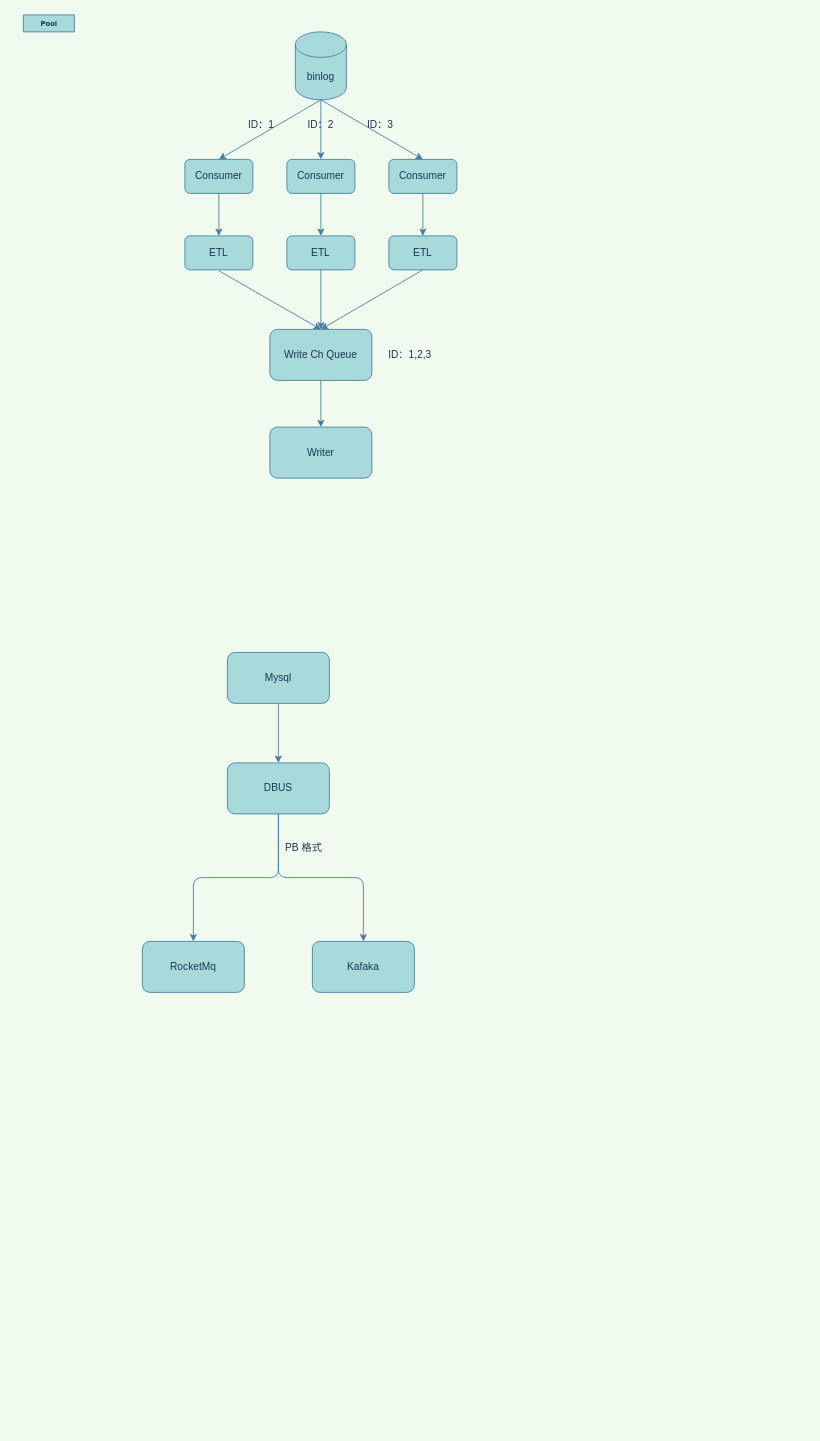
The draw.io diagram real_time_etl.drawio in cicelprg/drawio, before the edit. Source tidied: cells renumbered, new cells numbered last; positions are measured from the earlier drawing's top-left corner, leaving out a move shared by most shapes. Both pictures are drawn from the tidied source at 85%, with x=0, y=0 at pixel (23, 14).
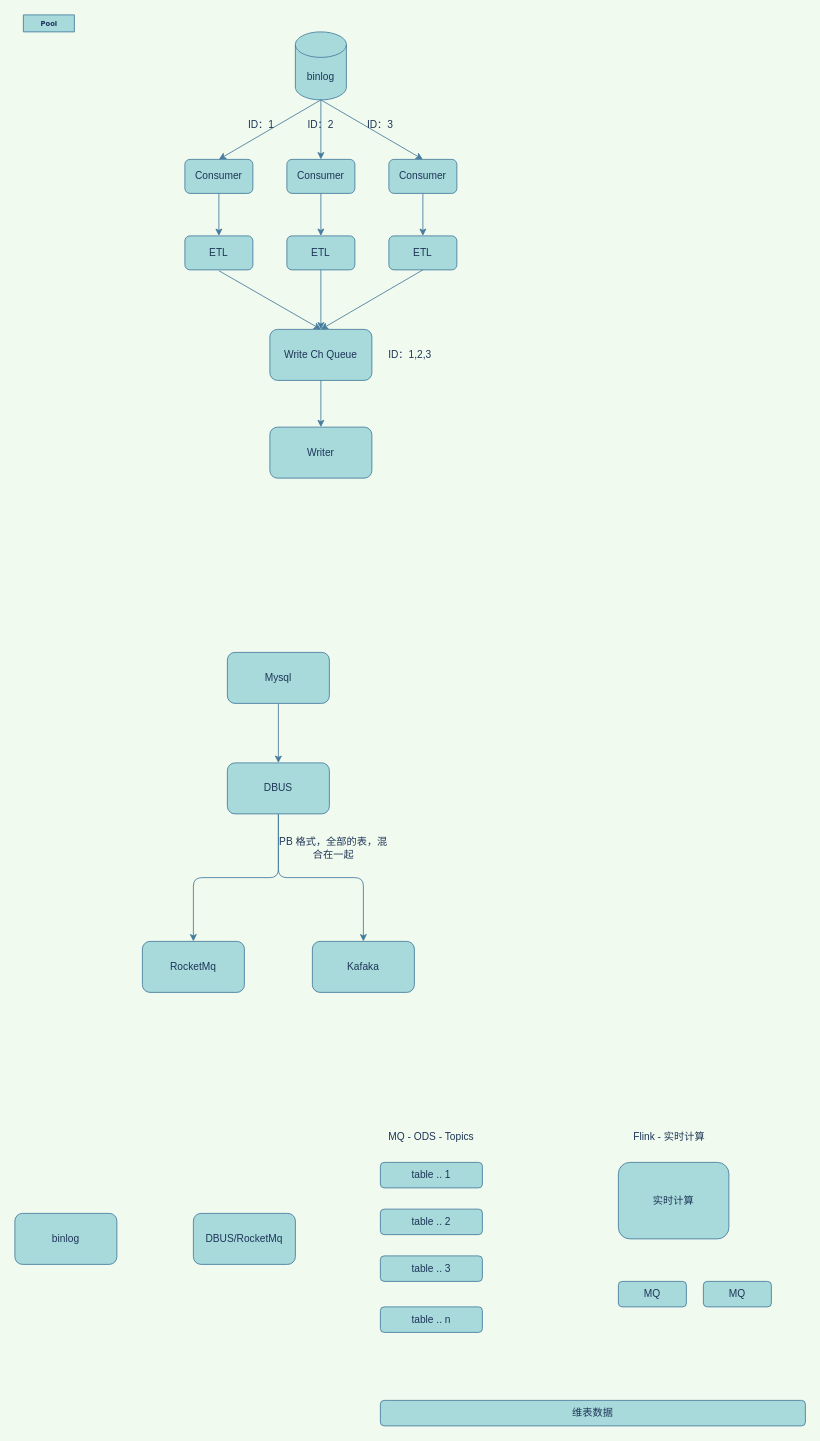
The same page after the edit.

What changed in the source:
```diff
@@
-    <mxCell id="33" value="PB 格式" style="text;html=1;strokeColor=none;fillColor=none;align=center;verticalAlign=middle;whiteSpace=wrap;rounded=0;sketch=0;fontColor=#1D3557;" parent="1" vertex="1">
-      <mxGeometry x="300" y="970" width="60" height="20" as="geometry" />
+    <mxCell id="33" value="PB 格式，全部的表，混合在一起" style="text;html=1;strokeColor=none;fillColor=none;align=center;verticalAlign=middle;whiteSpace=wrap;rounded=0;sketch=0;fontColor=#1D3557;" parent="1" vertex="1">
+      <mxGeometry x="300" y="970" width="130" height="20" as="geometry" />
     </mxCell>
+    <mxCell id="34" value="binlog" style="rounded=1;whiteSpace=wrap;html=1;sketch=0;strokeColor=#457B9D;fillColor=#A8DADC;fontColor=#1D3557;" parent="1" vertex="1">
+      <mxGeometry x="-10" y="1410" width="120" height="60" as="geometry" />
+    </mxCell>
+    <mxCell id="35" value="DBUS/RocketMq" style="rounded=1;whiteSpace=wrap;html=1;sketch=0;strokeColor=#457B9D;fillColor=#A8DADC;fontColor=#1D3557;" parent="1" vertex="1">
+      <mxGeometry x="200" y="1410" width="120" height="60" as="geometry" />
+    </mxCell>
+    <mxCell id="36" value="table .. 1" style="rounded=1;whiteSpace=wrap;html=1;sketch=0;strokeColor=#457B9D;fillColor=#A8DADC;fontColor=#1D3557;" parent="1" vertex="1">
+      <mxGeometry x="420" y="1350" width="120" height="30" as="geometry" />
+    </mxCell>
+    <mxCell id="37" value="table .. 2" style="rounded=1;whiteSpace=wrap;html=1;sketch=0;strokeColor=#457B9D;fillColor=#A8DADC;fontColor=#1D3557;" parent="1" vertex="1">
+      <mxGeometry x="420" y="1405" width="120" height="30" as="geometry" />
+    </mxCell>
+    <mxCell id="38" value="table .. 3" style="rounded=1;whiteSpace=wrap;html=1;sketch=0;strokeColor=#457B9D;fillColor=#A8DADC;fontColor=#1D3557;" parent="1" vertex="1">
+      <mxGeometry x="420" y="1460" width="120" height="30" as="geometry" />
+    </mxCell>
+    <mxCell id="39" value="MQ - ODS - Topics" style="text;html=1;strokeColor=none;fillColor=none;align=center;verticalAlign=middle;whiteSpace=wrap;rounded=0;sketch=0;fontColor=#1D3557;" parent="1" vertex="1">
+      <mxGeometry x="425" y="1310" width="110" height="20" as="geometry" />
+    </mxCell>
+    <mxCell id="40" value="table .. n" style="rounded=1;whiteSpace=wrap;html=1;sketch=0;strokeColor=#457B9D;fillColor=#A8DADC;fontColor=#1D3557;" parent="1" vertex="1">
+      <mxGeometry x="420" y="1520" width="120" height="30" as="geometry" />
+    </mxCell>
+    <mxCell id="41" value="Flink - 实时计算" style="text;html=1;strokeColor=none;fillColor=none;align=center;verticalAlign=middle;whiteSpace=wrap;rounded=0;sketch=0;fontColor=#1D3557;" parent="1" vertex="1">
+      <mxGeometry x="710" y="1310" width="100" height="20" as="geometry" />
+    </mxCell>
+    <mxCell id="42" value="实时计算" style="rounded=1;whiteSpace=wrap;html=1;sketch=0;strokeColor=#457B9D;fillColor=#A8DADC;fontColor=#1D3557;" parent="1" vertex="1">
+      <mxGeometry x="700" y="1350" width="130" height="90" as="geometry" />
+    </mxCell>
+    <mxCell id="43" value="MQ" style="rounded=1;whiteSpace=wrap;html=1;sketch=0;strokeColor=#457B9D;fillColor=#A8DADC;fontColor=#1D3557;" parent="1" vertex="1">
+      <mxGeometry x="700" y="1490" width="80" height="30" as="geometry" />
+    </mxCell>
+    <mxCell id="44" value="MQ" style="rounded=1;whiteSpace=wrap;html=1;sketch=0;strokeColor=#457B9D;fillColor=#A8DADC;fontColor=#1D3557;" parent="1" vertex="1">
+      <mxGeometry x="800" y="1490" width="80" height="30" as="geometry" />
+    </mxCell>
+    <mxCell id="45" value="维表数据" style="rounded=1;whiteSpace=wrap;html=1;sketch=0;strokeColor=#457B9D;fillColor=#A8DADC;fontColor=#1D3557;" parent="1" vertex="1">
+      <mxGeometry x="420" y="1630" width="500" height="30" as="geometry" />
+    </mxCell>
```
